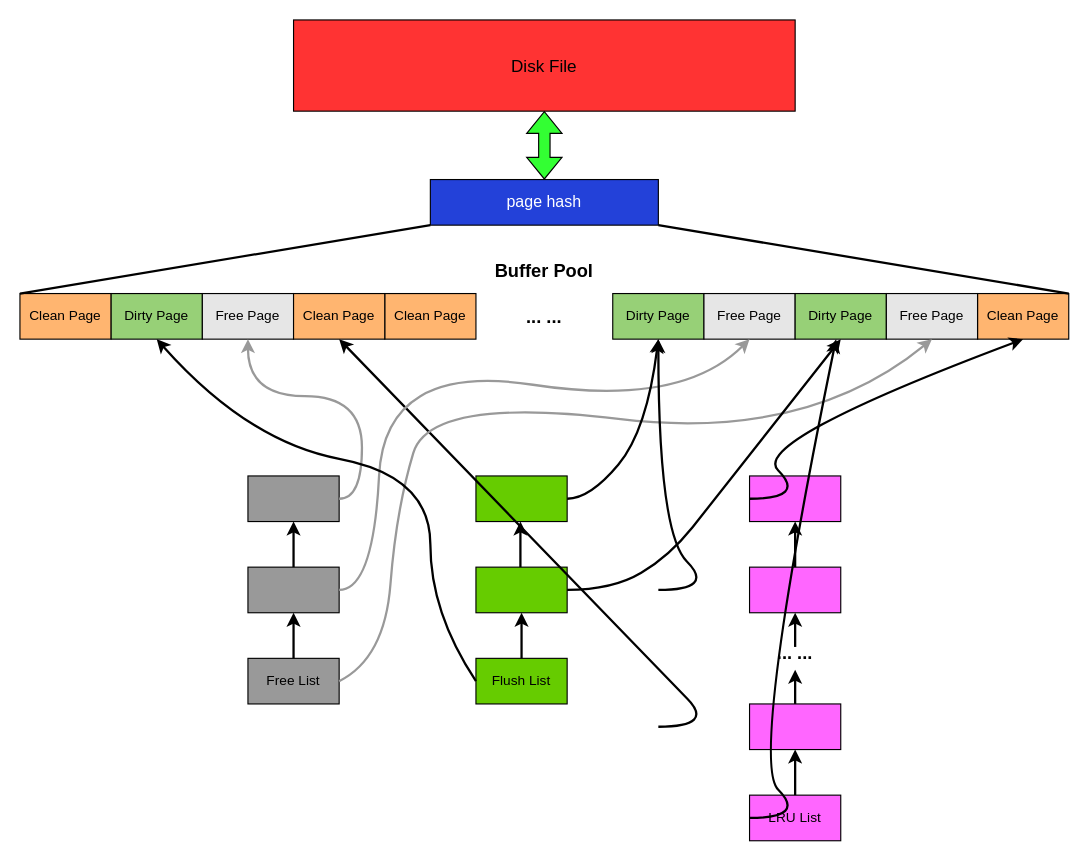
Earlier version of the draw.io diagram innodb.drawio (ljxcolin/MyStudy). Source tidied: cells renumbered, new cells numbered last; positions are measured from the earlier drawing's top-left corner, leaving out a move shared by most shapes. Both pictures are drawn from the tidied source at 114%, with x=0, y=0 at pixel (19, 19).
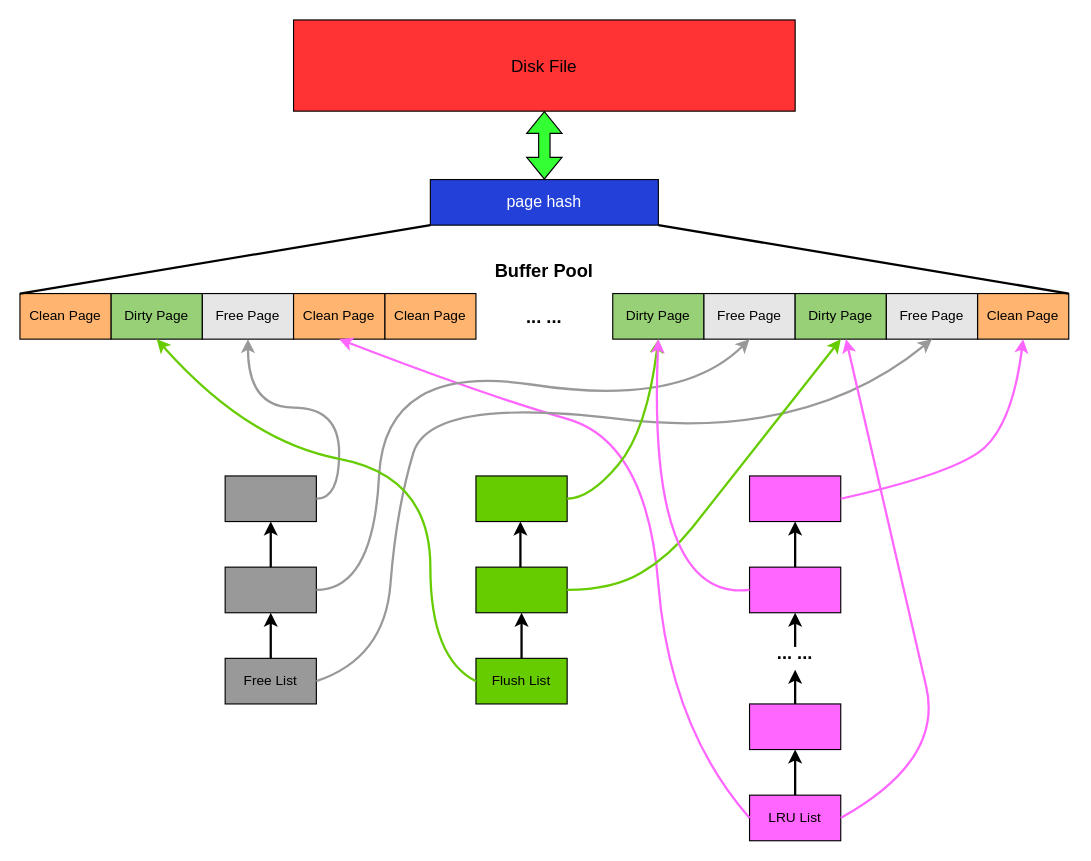
The same page after the edit.

Unchanged cells that the change refers to:
```xml
<mxCell id="5" style="rounded=0;whiteSpace=wrap;html=1;fillColor=#FF66FF;" parent="1" vertex="1">
  <mxGeometry x="640" y="400" width="80" height="40" as="geometry" />
</mxCell>
<mxCell id="8" value="Dirty Page" style="rounded=0;whiteSpace=wrap;html=1;fillColor=#97D077;" parent="1" vertex="1">
  <mxGeometry x="80" y="240" width="80" height="40" as="geometry" />
</mxCell>
<mxCell id="10" value="Free Page" style="rounded=0;whiteSpace=wrap;html=1;fillColor=#E6E6E6;" parent="1" vertex="1">
  <mxGeometry x="160" y="240" width="80" height="40" as="geometry" />
</mxCell>
<mxCell id="11" value="Clean Page" style="rounded=0;whiteSpace=wrap;html=1;fillColor=#FFB570;" parent="1" vertex="1">
  <mxGeometry x="240" y="240" width="80" height="40" as="geometry" />
</mxCell>
<mxCell id="12" value="Dirty Page" style="rounded=0;whiteSpace=wrap;html=1;fillColor=#97D077;" parent="1" vertex="1">
  <mxGeometry x="520" y="240" width="80" height="40" as="geometry" />
</mxCell>
<mxCell id="13" value="Free Page" style="rounded=0;whiteSpace=wrap;html=1;fillColor=#E6E6E6;" parent="1" vertex="1">
  <mxGeometry x="600" y="240" width="80" height="40" as="geometry" />
</mxCell>
<mxCell id="14" value="Clean Page" style="rounded=0;whiteSpace=wrap;html=1;fillColor=#FFB570;" parent="1" vertex="1">
  <mxGeometry x="840" y="240" width="80" height="40" as="geometry" />
</mxCell>
<mxCell id="15" value="Dirty Page" style="rounded=0;whiteSpace=wrap;html=1;fillColor=#97D077;" parent="1" vertex="1">
  <mxGeometry x="680" y="240" width="80" height="40" as="geometry" />
</mxCell>
<mxCell id="16" value="Free Page" style="rounded=0;whiteSpace=wrap;html=1;fillColor=#E6E6E6;" parent="1" vertex="1">
  <mxGeometry x="760" y="240" width="80" height="40" as="geometry" />
</mxCell>
<mxCell id="24" value="Flush List" style="rounded=0;whiteSpace=wrap;html=1;fillColor=#66CC00;" parent="1" vertex="1">
  <mxGeometry x="400" y="560" width="80" height="40" as="geometry" />
</mxCell>
<mxCell id="25" style="rounded=0;whiteSpace=wrap;html=1;fillColor=#66CC00;" parent="1" vertex="1">
  <mxGeometry x="400" y="480" width="80" height="40" as="geometry" />
</mxCell>
<mxCell id="28" value="LRU List" style="rounded=0;whiteSpace=wrap;html=1;fillColor=#FF66FF;" parent="1" vertex="1">
  <mxGeometry x="640" y="680" width="80" height="40" as="geometry" />
</mxCell>
<mxCell id="30" style="rounded=0;whiteSpace=wrap;html=1;fillColor=#FF66FF;" parent="1" vertex="1">
  <mxGeometry x="640" y="480" width="80" height="40" as="geometry" />
</mxCell>
```

Change to the diagram source:
```diff
@@
     <mxCell id="6" style="rounded=0;whiteSpace=wrap;html=1;fillColor=#999999;" parent="1" vertex="1">
-      <mxGeometry x="200" y="400" width="80" height="40" as="geometry" />
+      <mxGeometry x="180" y="400" width="80" height="40" as="geometry" />
     </mxCell>
@@
     <mxCell id="20" value="Free List" style="rounded=0;whiteSpace=wrap;html=1;fillColor=#999999;" parent="1" vertex="1">
-      <mxGeometry x="200" y="560" width="80" height="40" as="geometry" />
+      <mxGeometry x="180" y="560" width="80" height="40" as="geometry" />
     </mxCell>
     <mxCell id="21" style="rounded=0;whiteSpace=wrap;html=1;fillColor=#999999;" parent="1" vertex="1">
-      <mxGeometry x="200" y="480" width="80" height="40" as="geometry" />
+      <mxGeometry x="180" y="480" width="80" height="40" as="geometry" />
     </mxCell>
@@
     <mxCell id="23" style="endArrow=classic;html=1;rounded=0;fontSize=14;fontColor=#FFFFFF;strokeColor=#000000;strokeWidth=2;fillColor=#33FF33;exitX=0.5;exitY=0;exitDx=0;exitDy=0;entryX=0.5;entryY=1;entryDx=0;entryDy=0;" parent="1" edge="1">
       <mxGeometry relative="1" as="geometry">
-        <mxPoint x="240" y="560" as="sourcePoint" />
-        <mxPoint x="240" y="520" as="targetPoint" />
+        <mxPoint x="220" y="560" as="sourcePoint" />
+        <mxPoint x="220" y="520" as="targetPoint" />
       </mxGeometry>
     </mxCell>
@@
-    <mxCell id="34" style="curved=1;endArrow=classic;html=1;rounded=0;fontSize=14;fontColor=#FFFFFF;strokeColor=#000000;strokeWidth=2;fillColor=#33FF33;entryX=0.5;entryY=1;entryDx=0;entryDy=0;" parent="1" edge="1" target="11">
+    <mxCell id="34" style="curved=1;endArrow=classic;html=1;rounded=0;fontSize=14;fontColor=#FFFFFF;strokeColor=#FF66FF;strokeWidth=2;fillColor=#33FF33;entryX=0.5;entryY=1;entryDx=0;entryDy=0;exitX=0;exitY=0.5;exitDx=0;exitDy=0;" parent="1" edge="1" source="28" target="11">
       <mxGeometry relative="1" as="geometry">
-        <mxPoint x="560" y="620" as="sourcePoint" />
         <Array as="points">
-          <mxPoint x="610" y="620" />
-          <mxPoint x="560" y="570" />
+          <mxPoint x="570" y="620" />
+          <mxPoint x="550" y="370" />
+          <mxPoint x="410" y="330" />
         </Array>
       </mxGeometry>
     </mxCell>
-    <mxCell id="35" style="endArrow=classic;html=1;rounded=0;fontSize=14;fontColor=#FFFFFF;strokeColor=#999999;strokeWidth=2;fillColor=#33FF33;entryX=0.5;entryY=1;entryDx=0;entryDy=0;edgeStyle=orthogonalEdgeStyle;elbow=vertical;curved=1;" parent="1" edge="1" target="10">
+    <mxCell id="35" style="endArrow=classic;html=1;rounded=0;fontSize=14;fontColor=#FFFFFF;strokeColor=#999999;strokeWidth=2;fillColor=#33FF33;entryX=0.5;entryY=1;entryDx=0;entryDy=0;edgeStyle=orthogonalEdgeStyle;elbow=vertical;curved=1;exitX=1;exitY=0.5;exitDx=0;exitDy=0;" parent="1" edge="1" source="6" target="10">
       <mxGeometry relative="1" as="geometry">
-        <mxPoint x="280" y="420" as="sourcePoint" />
         <Array as="points">
-          <mxPoint x="300" y="420" />
-          <mxPoint x="300" y="330" />
-          <mxPoint x="200" y="330" />
+          <mxPoint x="280" y="420" />
+          <mxPoint x="280" y="340" />
+          <mxPoint x="200" y="340" />
         </Array>
       </mxGeometry>
     </mxCell>
-    <mxCell id="36" style="curved=1;endArrow=classic;html=1;rounded=0;fontSize=14;fontColor=#FFFFFF;strokeColor=#999999;strokeWidth=2;fillColor=#33FF33;entryX=0.5;entryY=1;entryDx=0;entryDy=0;" parent="1" edge="1" target="16">
+    <mxCell id="36" style="curved=1;endArrow=classic;html=1;rounded=0;fontSize=14;fontColor=#FFFFFF;strokeColor=#999999;strokeWidth=2;fillColor=#33FF33;entryX=0.5;entryY=1;entryDx=0;entryDy=0;exitX=1;exitY=0.5;exitDx=0;exitDy=0;" parent="1" edge="1" source="20" target="16">
       <mxGeometry relative="1" as="geometry">
-        <mxPoint x="280" y="580" as="sourcePoint" />
         <Array as="points">
           <mxPoint x="320" y="560" />
           <mxPoint x="330" y="430" />
           <mxPoint x="360" y="330" />
           <mxPoint x="690" y="370" />
         </Array>
       </mxGeometry>
     </mxCell>
-    <mxCell id="37" style="curved=1;endArrow=classic;html=1;rounded=0;fontSize=14;fontColor=#FFFFFF;strokeColor=#999999;strokeWidth=2;fillColor=#33FF33;entryX=0.5;entryY=1;entryDx=0;entryDy=0;" parent="1" edge="1" target="13">
+    <mxCell id="37" style="curved=1;endArrow=classic;html=1;rounded=0;fontSize=14;fontColor=#FFFFFF;strokeColor=#999999;strokeWidth=2;fillColor=#33FF33;entryX=0.5;entryY=1;entryDx=0;entryDy=0;exitX=1;exitY=0.5;exitDx=0;exitDy=0;" parent="1" edge="1" source="21" target="13">
       <mxGeometry relative="1" as="geometry">
-        <mxPoint x="280" y="500" as="sourcePoint" />
         <Array as="points">
           <mxPoint x="310" y="500" />
           <mxPoint x="320" y="300" />
           <mxPoint x="580" y="340" />
         </Array>
       </mxGeometry>
     </mxCell>
-    <mxCell id="38" style="curved=1;endArrow=classic;html=1;rounded=0;fontSize=14;fontColor=#FFFFFF;strokeColor=#000000;strokeWidth=2;fillColor=#33FF33;entryX=0.5;entryY=1;entryDx=0;entryDy=0;exitX=0;exitY=0.5;exitDx=0;exitDy=0;" parent="1" edge="1" source="24" target="8">
+    <mxCell id="38" style="curved=1;endArrow=classic;html=1;rounded=0;fontSize=14;fontColor=#FFFFFF;strokeColor=#66CC00;strokeWidth=2;fillColor=#33FF33;entryX=0.5;entryY=1;entryDx=0;entryDy=0;exitX=0;exitY=0.5;exitDx=0;exitDy=0;" parent="1" edge="1" source="24" target="8">
       <mxGeometry relative="1" as="geometry">
         <Array as="points">
-          <mxPoint x="360" y="520" />
+          <mxPoint x="360" y="560" />
           <mxPoint x="360" y="400" />
           <mxPoint x="200" y="370" />
         </Array>
       </mxGeometry>
     </mxCell>
-    <mxCell id="39" style="endArrow=classic;html=1;fontSize=14;fontColor=#FFFFFF;strokeColor=#000000;strokeWidth=2;fillColor=#33FF33;entryX=0.5;entryY=1;entryDx=0;entryDy=0;exitX=1;exitY=0.5;exitDx=0;exitDy=0;curved=1;sketch=0;" parent="1" edge="1" source="25" target="15">
+    <mxCell id="39" style="endArrow=classic;html=1;fontSize=14;fontColor=#FFFFFF;strokeColor=#66CC00;strokeWidth=2;fillColor=#33FF33;entryX=0.5;entryY=1;entryDx=0;entryDy=0;exitX=1;exitY=0.5;exitDx=0;exitDy=0;curved=1;sketch=0;" parent="1" edge="1" source="25" target="15">
       <mxGeometry relative="1" as="geometry">
         <Array as="points">
           <mxPoint x="520" y="500" />
           <mxPoint x="570" y="470" />
           <mxPoint x="610" y="420" />
         </Array>
       </mxGeometry>
     </mxCell>
-    <mxCell id="40" style="curved=1;endArrow=classic;html=1;rounded=0;fontSize=14;fontColor=#FFFFFF;strokeColor=#000000;strokeWidth=2;fillColor=#33FF33;entryX=0.5;entryY=1;entryDx=0;entryDy=0;" parent="1" edge="1" target="12">
+    <mxCell id="40" style="curved=1;endArrow=classic;html=1;rounded=0;fontSize=14;fontColor=#FFFFFF;strokeColor=#66CC00;strokeWidth=2;fillColor=#33FF33;entryX=0.5;entryY=1;entryDx=0;entryDy=0;" parent="1" edge="1" target="12">
       <mxGeometry relative="1" as="geometry">
         <mxPoint x="480" y="420" as="sourcePoint" />
         <Array as="points">
           <mxPoint x="500" y="420" />
           <mxPoint x="550" y="360" />
         </Array>
       </mxGeometry>
     </mxCell>
@@
-    <mxCell id="45" style="curved=1;endArrow=classic;html=1;rounded=0;fontSize=14;fontColor=#FFFFFF;strokeColor=#000000;strokeWidth=2;fillColor=#33FF33;" parent="1" edge="1" target="15">
+    <mxCell id="45" style="curved=1;endArrow=classic;html=1;rounded=0;fontSize=14;fontColor=#FFFFFF;strokeColor=#FF66FF;strokeWidth=2;fillColor=#33FF33;exitX=1;exitY=0.5;exitDx=0;exitDy=0;" parent="1" edge="1" source="28" target="15">
       <mxGeometry relative="1" as="geometry">
-        <mxPoint x="640" y="700" as="sourcePoint" />
         <Array as="points">
-          <mxPoint x="690" y="700" />
-          <mxPoint x="640" y="650" />
+          <mxPoint x="810" y="650" />
+          <mxPoint x="780" y="520" />
         </Array>
       </mxGeometry>
     </mxCell>
-    <mxCell id="46" style="curved=1;endArrow=classic;html=1;rounded=0;fontSize=14;fontColor=#FFFFFF;strokeColor=#000000;strokeWidth=2;fillColor=#33FF33;entryX=0.5;entryY=1;entryDx=0;entryDy=0;" parent="1" edge="1" target="14">
+    <mxCell id="46" style="curved=1;endArrow=classic;html=1;rounded=0;fontSize=14;fontColor=#FFFFFF;strokeColor=#FF66FF;strokeWidth=2;fillColor=#33FF33;entryX=0.5;entryY=1;entryDx=0;entryDy=0;exitX=1;exitY=0.5;exitDx=0;exitDy=0;" parent="1" edge="1" source="5" target="14">
       <mxGeometry relative="1" as="geometry">
-        <mxPoint x="640" y="420" as="sourcePoint" />
         <Array as="points">
-          <mxPoint x="690" y="420" />
-          <mxPoint x="640" y="370" />
+          <mxPoint x="810" y="400" />
+          <mxPoint x="870" y="360" />
         </Array>
       </mxGeometry>
     </mxCell>
-    <mxCell id="47" style="curved=1;endArrow=classic;html=1;rounded=0;fontSize=14;fontColor=#FFFFFF;strokeColor=#000000;strokeWidth=2;fillColor=#33FF33;entryX=0.5;entryY=1;entryDx=0;entryDy=0;" parent="1" edge="1" target="12">
+    <mxCell id="47" style="curved=1;endArrow=classic;html=1;rounded=0;fontSize=14;fontColor=#FFFFFF;strokeColor=#FF66FF;strokeWidth=2;fillColor=#33FF33;entryX=0.5;entryY=1;entryDx=0;entryDy=0;exitX=0;exitY=0.5;exitDx=0;exitDy=0;" parent="1" edge="1" source="30" target="12">
       <mxGeometry relative="1" as="geometry">
-        <mxPoint x="560" y="500" as="sourcePoint" />
         <Array as="points">
-          <mxPoint x="610" y="500" />
-          <mxPoint x="560" y="450" />
+          <mxPoint x="550" y="510" />
         </Array>
       </mxGeometry>
     </mxCell>
```
